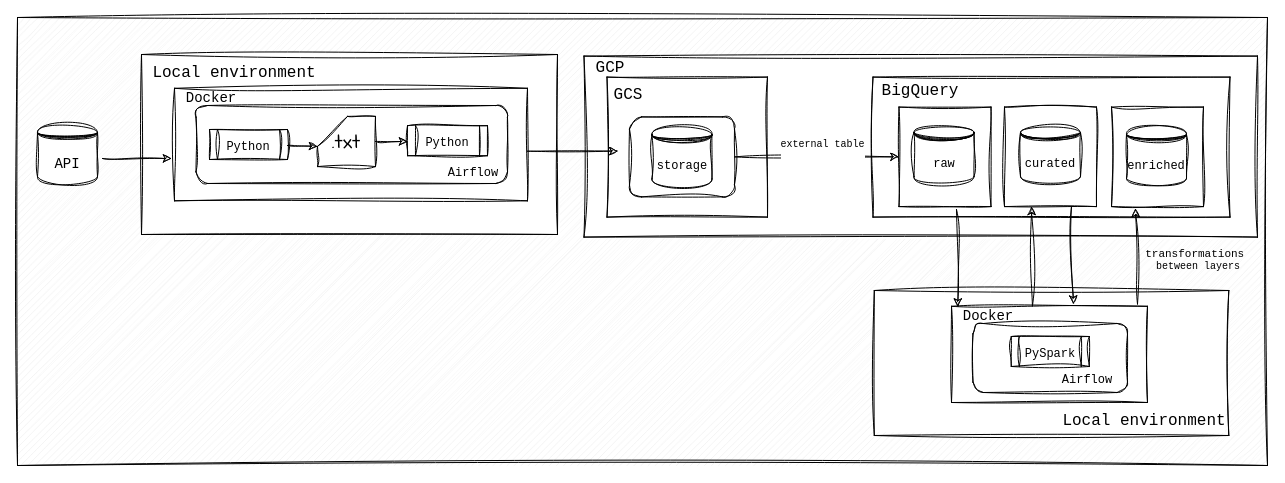
This is architecture.drawio from thaislba/open_brewery, a draw.io file, before an edit. Source tidied: cells renumbered, new cells numbered last; positions are measured from the earlier drawing's top-left corner, leaving out a move shared by most shapes. Both pictures are drawn from the tidied source at 100%, with x=0, y=0 at pixel (17, 17).
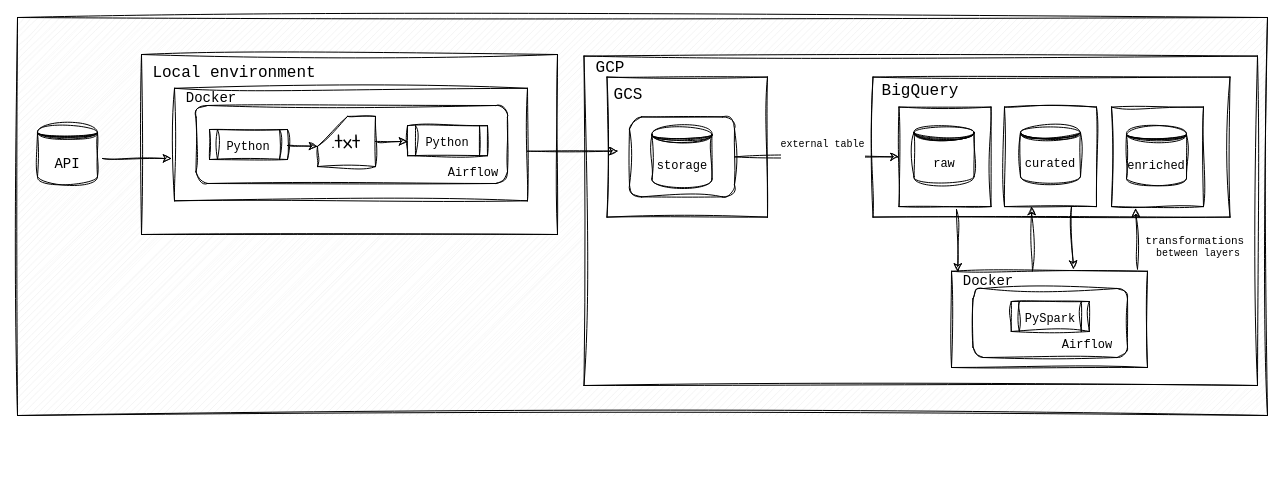
After the change.

What changed in the source:
```diff
@@
     <mxCell id="2" style="verticalLabelPosition=bottom;verticalAlign=top;html=1;shape=mxgraph.basic.patternFillRect;fillStyle=diag;step=5;fillStrokeWidth=0.2;fillStrokeColor=#dddddd;sketch=1;hachureGap=4;jiggle=2;curveFitting=1;fontFamily=Architects Daughter;fontSize=20;" parent="1" vertex="1">
-      <mxGeometry width="1250" height="448" as="geometry" />
+      <mxGeometry width="1250" height="398" as="geometry" />
     </mxCell>
     <mxCell id="3" style="rounded=0;whiteSpace=wrap;html=1;sketch=1;hachureGap=4;jiggle=2;curveFitting=1;fontFamily=Architects Daughter;fontSize=20;" parent="1" vertex="1">
-      <mxGeometry x="566.5" y="38.6" width="673.5" height="181" as="geometry" />
+      <mxGeometry x="566.5" y="38.6" width="673.5" height="329.4" as="geometry" />
     </mxCell>
@@
-    <mxCell id="34" style="rounded=0;whiteSpace=wrap;html=1;sketch=1;hachureGap=4;jiggle=2;curveFitting=1;fontFamily=Architects Daughter;fontSize=20;" parent="1" vertex="1">
-      <mxGeometry x="856.8" y="273" width="354.5" height="145" as="geometry" />
-    </mxCell>
     <mxCell id="35" style="rounded=0;whiteSpace=wrap;html=1;sketch=1;hachureGap=4;jiggle=2;curveFitting=1;fontFamily=Architects Daughter;fontSize=20;" parent="1" vertex="1">
-      <mxGeometry x="934" y="288.8" width="196" height="96.2" as="geometry" />
+      <mxGeometry x="934" y="253.8" width="196" height="96.2" as="geometry" />
     </mxCell>
     <mxCell id="36" style="rounded=1;whiteSpace=wrap;html=1;sketch=1;hachureGap=4;jiggle=2;curveFitting=1;fontFamily=Architects Daughter;fontSize=20;" parent="1" vertex="1">
-      <mxGeometry x="955.5" y="306" width="154.5" height="69" as="geometry" />
+      <mxGeometry x="955.5" y="271" width="154.5" height="69" as="geometry" />
     </mxCell>
     <mxCell id="37" value="&lt;pre&gt;&lt;font style=&quot;font-size: 12px;&quot;&gt;PySpark&lt;/font&gt;&lt;/pre&gt;" style="shape=process;whiteSpace=wrap;html=1;backgroundOutline=1;sketch=1;hachureGap=4;jiggle=2;curveFitting=1;fontFamily=Architects Daughter;fontSize=20;" parent="1" vertex="1">
-      <mxGeometry x="993.8" y="319" width="78" height="30" as="geometry" />
+      <mxGeometry x="993.8" y="284" width="78" height="30" as="geometry" />
     </mxCell>
     <mxCell id="38" value="&lt;pre&gt;&lt;font style=&quot;font-size: 14px;&quot;&gt;Docker&lt;/font&gt;&lt;/pre&gt;" style="text;html=1;strokeColor=none;fillColor=none;align=center;verticalAlign=middle;whiteSpace=wrap;rounded=0;fontSize=20;fontFamily=Architects Daughter;" parent="1" vertex="1">
-      <mxGeometry x="940.5" y="282" width="60" height="30" as="geometry" />
+      <mxGeometry x="940.5" y="247" width="60" height="30" as="geometry" />
     </mxCell>
-    <mxCell id="39" value="&lt;pre&gt;&lt;font style=&quot;font-size: 16px;&quot;&gt;Local environment&lt;/font&gt;&lt;/pre&gt;" style="text;html=1;strokeColor=none;fillColor=none;align=center;verticalAlign=middle;whiteSpace=wrap;rounded=0;fontSize=20;fontFamily=Architects Daughter;" parent="1" vertex="1">
+    <mxCell id="39" value="&lt;pre&gt;&lt;br&gt;&lt;/pre&gt;" style="text;html=1;strokeColor=none;fillColor=none;align=center;verticalAlign=middle;whiteSpace=wrap;rounded=0;fontSize=20;fontFamily=Architects Daughter;" parent="1" vertex="1">
       <mxGeometry x="1097" y="387" width="60" height="30" as="geometry" />
     </mxCell>
     <mxCell id="40" value="&lt;pre&gt;&lt;font style=&quot;font-size: 12px;&quot;&gt;Airflow&lt;/font&gt;&lt;/pre&gt;" style="text;html=1;strokeColor=none;fillColor=none;align=center;verticalAlign=middle;whiteSpace=wrap;rounded=0;fontSize=20;fontFamily=Architects Daughter;" parent="1" vertex="1">
-      <mxGeometry x="1040" y="345" width="60" height="30" as="geometry" />
+      <mxGeometry x="1040" y="310" width="60" height="30" as="geometry" />
     </mxCell>
@@
     <mxCell id="45" value="&lt;pre style=&quot;font-size: 10px;&quot;&gt;&lt;font style=&quot;&quot;&gt;&lt;span style=&quot;font-size: 11px;&quot;&gt;transformations &lt;br&gt;&lt;/span&gt;&lt;/font&gt;between layers&lt;/pre&gt;" style="text;html=1;strokeColor=none;fillColor=none;align=center;verticalAlign=middle;whiteSpace=wrap;rounded=0;fontSize=20;fontFamily=Architects Daughter;" parent="1" vertex="1">
-      <mxGeometry x="1151.2" y="228" width="60" height="30" as="geometry" />
+      <mxGeometry x="1151.2" y="215" width="60" height="30" as="geometry" />
     </mxCell>
```
